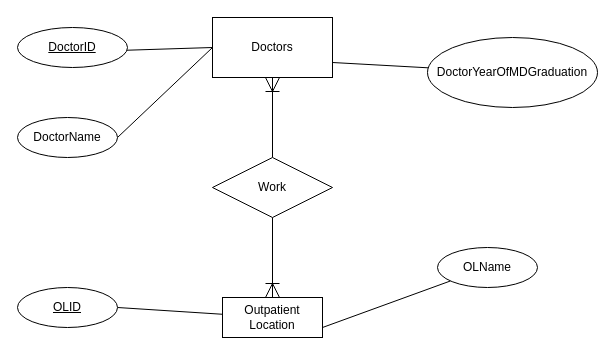
The draw.io diagram Untitled Diagram.drawio in tylerbryson/ism420, before the edit. Source tidied: cells renumbered, new cells numbered last; positions are measured from the earlier drawing's top-left corner, leaving out a move shared by most shapes. Both pictures are drawn from the tidied source at 100%, with x=0, y=0 at pixel (17, 17).
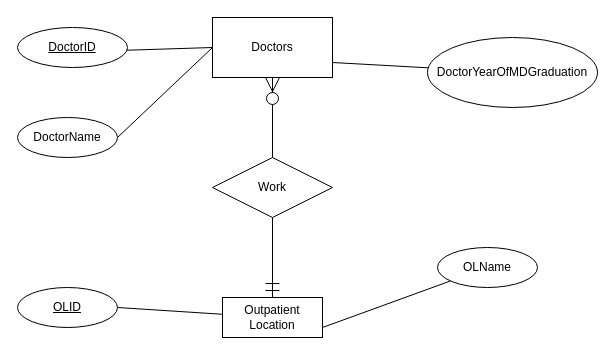
After the change.

The edit, as a diff of the source:
```diff
@@
 <mxGraphModel>
   <root>
     <mxCell id="0" />
     <mxCell id="1" parent="0" />
-    <mxCell id="2" style="edgeStyle=none;rounded=1;jumpStyle=arc;jettySize=auto;html=1;exitX=0.5;exitY=1;exitDx=0;exitDy=0;entryX=0.5;entryY=0;entryDx=0;entryDy=0;endArrow=none;endFill=0;strokeColor=#000000;startArrow=ERoneToMany;startFill=0;targetPerimeterSpacing=12;endSize=12;startSize=12;sourcePerimeterSpacing=12;" parent="1" edge="1" source="3" target="11">
+    <mxCell id="2" style="edgeStyle=none;rounded=1;jumpStyle=arc;jettySize=auto;html=1;exitX=0.5;exitY=1;exitDx=0;exitDy=0;entryX=0.5;entryY=0;entryDx=0;entryDy=0;endArrow=none;endFill=0;strokeColor=#000000;startArrow=ERzeroToMany;startFill=1;targetPerimeterSpacing=12;endSize=12;startSize=12;sourcePerimeterSpacing=12;" parent="1" edge="1" source="3" target="11">
       <mxGeometry relative="1" as="geometry" />
     </mxCell>
     <mxCell id="3" value="Doctors" style="rounded=0;whiteSpace=wrap;html=1;" parent="1" vertex="1">
       <mxGeometry x="195" width="120" height="60" as="geometry" />
     </mxCell>
     <mxCell id="4" style="edgeStyle=none;rounded=0;jumpStyle=arc;jettySize=auto;html=1;endArrow=none;endFill=0;" parent="1" edge="1" source="5" target="3">
       <mxGeometry relative="1" as="geometry" />
     </mxCell>
     <mxCell id="5" value="DoctorID" style="ellipse;whiteSpace=wrap;html=1;align=center;fontStyle=4;" parent="1" vertex="1">
       <mxGeometry y="10" width="110" height="40" as="geometry" />
     </mxCell>
     <mxCell id="6" style="edgeStyle=none;rounded=0;jumpStyle=arc;jettySize=auto;html=1;exitX=1;exitY=0.5;exitDx=0;exitDy=0;entryX=0;entryY=0.5;entryDx=0;entryDy=0;endArrow=none;endFill=0;" parent="1" edge="1" source="7" target="3">
       <mxGeometry relative="1" as="geometry" />
     </mxCell>
     <mxCell id="7" value="DoctorName" style="ellipse;whiteSpace=wrap;html=1;align=center;" parent="1" vertex="1">
       <mxGeometry y="100" width="100" height="40" as="geometry" />
     </mxCell>
     <mxCell id="8" style="edgeStyle=none;rounded=0;jumpStyle=arc;jettySize=auto;html=1;entryX=1;entryY=0.75;entryDx=0;entryDy=0;endArrow=none;endFill=0;" parent="1" edge="1" source="9" target="3">
       <mxGeometry relative="1" as="geometry" />
     </mxCell>
     <mxCell id="9" value="DoctorYearOfMDGraduation" style="ellipse;whiteSpace=wrap;html=1;align=center;" parent="1" vertex="1">
       <mxGeometry x="410" y="20" width="170" height="70" as="geometry" />
     </mxCell>
-    <mxCell id="10" style="edgeStyle=none;rounded=1;jumpStyle=arc;jettySize=auto;html=1;startArrow=none;startFill=0;endArrow=ERoneToMany;endFill=0;strokeColor=#000000;startSize=11;endSize=12;" parent="1" edge="1" source="11" target="12">
+    <mxCell id="10" style="edgeStyle=none;rounded=1;jumpStyle=arc;jettySize=auto;html=1;startArrow=none;startFill=0;endArrow=ERmandOne;endFill=0;strokeColor=#000000;startSize=11;endSize=12;" parent="1" edge="1" source="11" target="12">
       <mxGeometry relative="1" as="geometry" />
     </mxCell>
     <mxCell id="11" value="Work" style="shape=rhombus;perimeter=rhombusPerimeter;whiteSpace=wrap;html=1;align=center;" parent="1" vertex="1">
       <mxGeometry x="195" y="140" width="120" height="60" as="geometry" />
     </mxCell>
     <mxCell id="12" value="Outpatient Location" style="whiteSpace=wrap;html=1;align=center;" parent="1" vertex="1">
       <mxGeometry x="205" y="280" width="100" height="40" as="geometry" />
     </mxCell>
     <mxCell id="13" style="edgeStyle=none;rounded=1;jumpStyle=arc;jettySize=auto;html=1;entryX=1;entryY=0.75;entryDx=0;entryDy=0;startArrow=none;startFill=0;startSize=12;sourcePerimeterSpacing=0;endArrow=none;endFill=0;endSize=12;targetPerimeterSpacing=0;strokeColor=#000000;" parent="1" edge="1" source="14" target="12">
       <mxGeometry relative="1" as="geometry" />
     </mxCell>
     <mxCell id="14" value="OLName" style="ellipse;whiteSpace=wrap;html=1;align=center;" parent="1" vertex="1">
       <mxGeometry x="420" y="230" width="100" height="40" as="geometry" />
     </mxCell>
     <mxCell id="15" style="edgeStyle=none;rounded=1;jumpStyle=arc;jettySize=auto;html=1;exitX=1;exitY=0.5;exitDx=0;exitDy=0;startArrow=none;startFill=0;startSize=12;sourcePerimeterSpacing=12;endArrow=none;endFill=0;endSize=12;targetPerimeterSpacing=0;strokeColor=#000000;" parent="1" edge="1" source="16" target="12">
       <mxGeometry relative="1" as="geometry" />
     </mxCell>
     <mxCell id="16" value="OLID" style="ellipse;whiteSpace=wrap;html=1;align=center;fontStyle=4;" parent="1" vertex="1">
       <mxGeometry y="270" width="100" height="40" as="geometry" />
     </mxCell>
   </root>
 </mxGraphModel>
```
